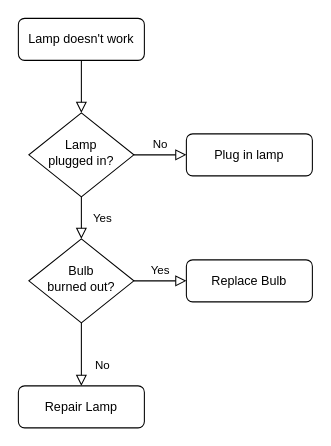
Above: Testing_architecture_diagram.drawio in svbmicro/git-draw-io-integration-testing (draw.io), before the change. Source tidied: cells renumbered, new cells numbered last; positions are measured from the earlier drawing's top-left corner, leaving out a move shared by most shapes. Both pictures are drawn from the tidied source at 105%, with x=0, y=0 at pixel (18, 18).
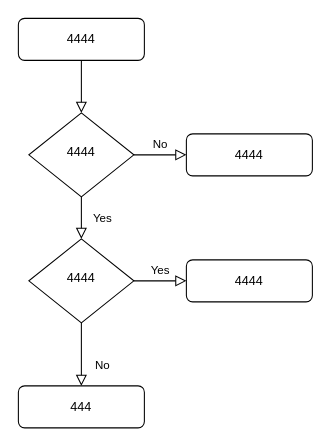
Above is the later version.

Change to the diagram source:
```diff
@@
 <mxGraphModel>
   <root>
     <mxCell id="0" />
     <mxCell id="1" parent="0" />
     <mxCell id="2" style="rounded=0;html=1;jettySize=auto;fontSize=11;endArrow=block;endFill=0;endSize=8;strokeWidth=1;shadow=0;labelBackgroundColor=none;edgeStyle=orthogonalEdgeStyle;" parent="1" edge="1" source="3" target="6">
       <mxGeometry relative="1" as="geometry" />
     </mxCell>
-    <mxCell id="3" value="Lamp doesn't work" style="rounded=1;whiteSpace=wrap;html=1;fontSize=12;glass=0;strokeWidth=1;shadow=0;" parent="1" vertex="1">
+    <mxCell id="3" value="4444" style="rounded=1;whiteSpace=wrap;html=1;fontSize=12;glass=0;strokeWidth=1;shadow=0;" parent="1" vertex="1">
       <mxGeometry width="120" height="40" as="geometry" />
     </mxCell>
     <mxCell id="4" value="Yes" style="rounded=0;html=1;jettySize=auto;fontSize=11;endArrow=block;endFill=0;endSize=8;strokeWidth=1;shadow=0;labelBackgroundColor=none;edgeStyle=orthogonalEdgeStyle;" parent="1" edge="1" source="6" target="10">
       <mxGeometry y="20" relative="1" as="geometry" />
     </mxCell>
     <mxCell id="5" value="No" style="edgeStyle=orthogonalEdgeStyle;rounded=0;html=1;jettySize=auto;fontSize=11;endArrow=block;endFill=0;endSize=8;strokeWidth=1;shadow=0;labelBackgroundColor=none;" parent="1" edge="1" source="6" target="7">
       <mxGeometry y="10" relative="1" as="geometry" />
     </mxCell>
-    <mxCell id="6" value="Lamp&lt;br&gt;plugged in?" style="rhombus;whiteSpace=wrap;html=1;shadow=0;fontFamily=Helvetica;fontSize=12;align=center;strokeWidth=1;spacing=6;spacingTop=-4;" parent="1" vertex="1">
+    <mxCell id="6" value="4444" style="rhombus;whiteSpace=wrap;html=1;shadow=0;fontFamily=Helvetica;fontSize=12;align=center;strokeWidth=1;spacing=6;spacingTop=-4;" parent="1" vertex="1">
       <mxGeometry x="10" y="90" width="100" height="80" as="geometry" />
     </mxCell>
-    <mxCell id="7" value="Plug in lamp" style="rounded=1;whiteSpace=wrap;html=1;fontSize=12;glass=0;strokeWidth=1;shadow=0;" parent="1" vertex="1">
+    <mxCell id="7" value="4444" style="rounded=1;whiteSpace=wrap;html=1;fontSize=12;glass=0;strokeWidth=1;shadow=0;" parent="1" vertex="1">
       <mxGeometry x="160" y="110" width="120" height="40" as="geometry" />
     </mxCell>
     <mxCell id="8" value="No" style="rounded=0;html=1;jettySize=auto;fontSize=11;endArrow=block;endFill=0;endSize=8;strokeWidth=1;shadow=0;labelBackgroundColor=none;edgeStyle=orthogonalEdgeStyle;" parent="1" edge="1" source="10" target="11">
       <mxGeometry x="0.33" y="20" relative="1" as="geometry" />
     </mxCell>
     <mxCell id="9" value="Yes" style="edgeStyle=orthogonalEdgeStyle;rounded=0;html=1;jettySize=auto;fontSize=11;endArrow=block;endFill=0;endSize=8;strokeWidth=1;shadow=0;labelBackgroundColor=none;" parent="1" edge="1" source="10" target="12">
       <mxGeometry y="10" relative="1" as="geometry" />
     </mxCell>
-    <mxCell id="10" value="Bulb&lt;br&gt;burned out?" style="rhombus;whiteSpace=wrap;html=1;shadow=0;fontFamily=Helvetica;fontSize=12;align=center;strokeWidth=1;spacing=6;spacingTop=-4;" parent="1" vertex="1">
+    <mxCell id="10" value="4444" style="rhombus;whiteSpace=wrap;html=1;shadow=0;fontFamily=Helvetica;fontSize=12;align=center;strokeWidth=1;spacing=6;spacingTop=-4;" parent="1" vertex="1">
       <mxGeometry x="10" y="210" width="100" height="80" as="geometry" />
     </mxCell>
-    <mxCell id="11" value="Repair Lamp" style="rounded=1;whiteSpace=wrap;html=1;fontSize=12;glass=0;strokeWidth=1;shadow=0;" parent="1" vertex="1">
+    <mxCell id="11" value="444" style="rounded=1;whiteSpace=wrap;html=1;fontSize=12;glass=0;strokeWidth=1;shadow=0;" parent="1" vertex="1">
       <mxGeometry y="350" width="120" height="40" as="geometry" />
     </mxCell>
-    <mxCell id="12" value="Replace Bulb" style="rounded=1;whiteSpace=wrap;html=1;fontSize=12;glass=0;strokeWidth=1;shadow=0;" parent="1" vertex="1">
+    <mxCell id="12" value="4444" style="rounded=1;whiteSpace=wrap;html=1;fontSize=12;glass=0;strokeWidth=1;shadow=0;" parent="1" vertex="1">
       <mxGeometry x="160" y="230" width="120" height="40" as="geometry" />
     </mxCell>
   </root>
 </mxGraphModel>
```
